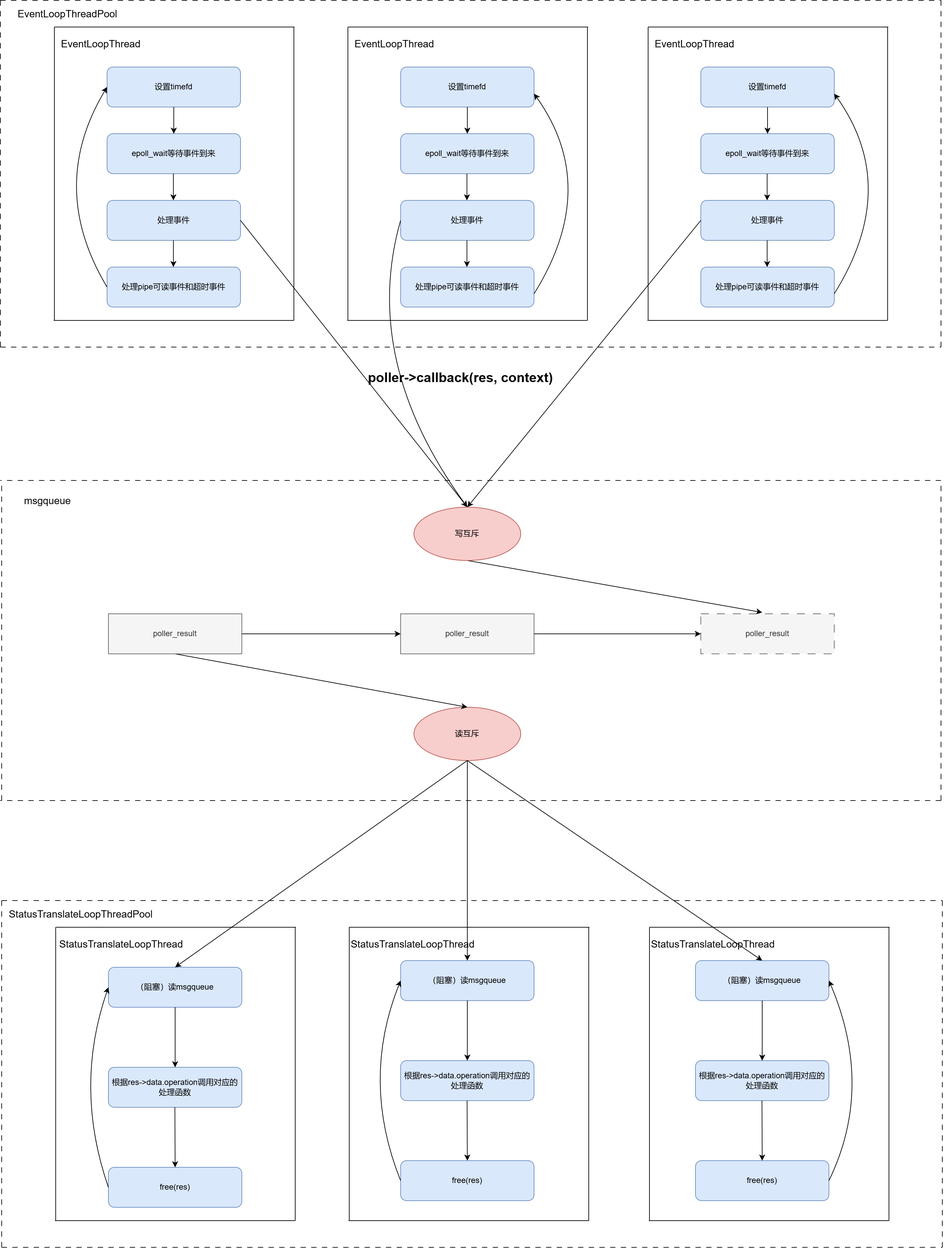
LunarStore/hexo-blog keeps this draw.io diagram as source/_posts/workflow/TCPServer_2/photo/StateTranslateThreadPool.drawio.png. Above is the earlier version. Source tidied: cells renumbered, new cells last; positions are measured from the earlier drawing's top-left corner, leaving out a move shared by most shapes.
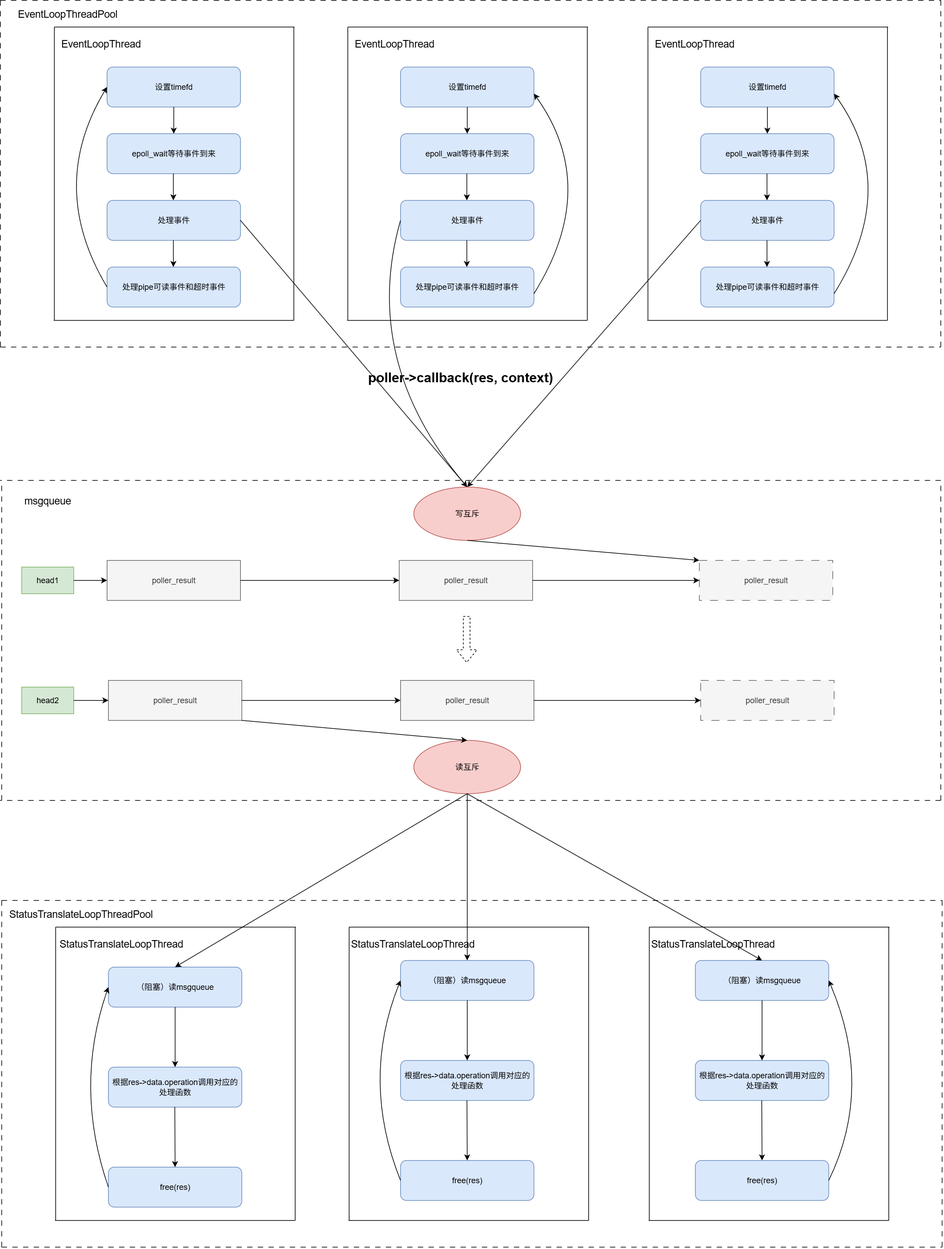
Later version of the same file.

Commit message:
update workflow_TCPServer_2 update go_start

Change to the diagram source:
```diff
@@ -259,11 +259,6 @@
     <mxCell id="54" value="&lt;font style=&quot;font-size: 20px;&quot;&gt;&lt;b&gt;poller-&amp;gt;callback(res, context)&lt;/b&gt;&lt;/font&gt;" style="text;html=1;align=center;verticalAlign=middle;whiteSpace=wrap;rounded=0;" parent="1" vertex="1">
       <mxGeometry x="550" y="530" width="280" height="70" as="geometry" />
     </mxCell>
-    <mxCell id="55" style="endArrow=classic;html=1;rounded=0;entryX=0.46;entryY=-0.035;entryDx=0;entryDy=0;exitX=0.5;exitY=1;exitDx=0;exitDy=0;entryPerimeter=0;" parent="1" edge="1" target="99">
-      <mxGeometry relative="1" as="geometry">
-        <mxPoint x="700" y="840" as="sourcePoint" />
-      </mxGeometry>
-    </mxCell>
     <mxCell id="56" style="endArrow=none;html=1;rounded=0;" parent="1" edge="1">
       <mxGeometry relative="1" as="geometry">
         <mxPoint x="83" y="1830" as="sourcePoint" />
@@ -389,7 +384,7 @@
       <mxGeometry x="970" y="1390" width="197" height="50" as="geometry" />
     </mxCell>
     <mxCell id="80" value="读互斥" style="ellipse;whiteSpace=wrap;html=1;fillColor=#f8cecc;strokeColor=#b85450;" parent="1" vertex="1">
-      <mxGeometry x="620" y="1060" width="160" height="80" as="geometry" />
+      <mxGeometry x="620" y="1110" width="160" height="80" as="geometry" />
     </mxCell>
     <mxCell id="81" style="endArrow=classic;html=1;rounded=0;exitX=0.5;exitY=1;exitDx=0;exitDy=0;entryX=0.5;entryY=0;entryDx=0;entryDy=0;" parent="1" edge="1" source="74" target="75">
       <mxGeometry relative="1" as="geometry" />
@@ -450,27 +445,24 @@
         </Array>
       </mxGeometry>
     </mxCell>
-    <mxCell id="95" style="endArrow=classic;html=1;rounded=0;exitX=0.5;exitY=1;exitDx=0;exitDy=0;entryX=0.5;entryY=0;entryDx=0;entryDy=0;" parent="1" edge="1" source="97" target="80">
-      <mxGeometry relative="1" as="geometry" />
-    </mxCell>
     <mxCell id="96" value="写互斥" style="ellipse;whiteSpace=wrap;html=1;fillColor=#f8cecc;strokeColor=#b85450;" parent="1" vertex="1">
-      <mxGeometry x="620" y="760" width="160" height="80" as="geometry" />
+      <mxGeometry x="620" y="730" width="160" height="80" as="geometry" />
     </mxCell>
     <mxCell id="97" value="&lt;span style=&quot;color: rgb(51, 51, 51);&quot;&gt;poller_result&lt;/span&gt;" style="rounded=0;whiteSpace=wrap;html=1;fillColor=#f5f5f5;strokeColor=#666666;fontColor=#333333;" parent="1" vertex="1">
-      <mxGeometry x="162" y="920" width="200" height="60" as="geometry" />
+      <mxGeometry x="160" y="840" width="200" height="60" as="geometry" />
     </mxCell>
     <mxCell id="98" value="&lt;span style=&quot;color: rgb(51, 51, 51);&quot;&gt;poller_result&lt;/span&gt;" style="rounded=0;whiteSpace=wrap;html=1;fillColor=#f5f5f5;strokeColor=#666666;fontColor=#333333;" parent="1" vertex="1">
-      <mxGeometry x="600" y="920" width="200" height="60" as="geometry" />
+      <mxGeometry x="598" y="840" width="200" height="60" as="geometry" />
     </mxCell>
     <mxCell id="99" value="&lt;span style=&quot;color: rgb(51, 51, 51);&quot;&gt;poller_result&lt;/span&gt;" style="rounded=0;whiteSpace=wrap;html=1;fillColor=#f5f5f5;strokeColor=#666666;fontColor=#333333;dashed=1;dashPattern=12 12;" parent="1" vertex="1">
-      <mxGeometry x="1050" y="920" width="200" height="60" as="geometry" />
+      <mxGeometry x="1048" y="840" width="200" height="60" as="geometry" />
     </mxCell>
     <mxCell id="100" style="endArrow=classic;html=1;rounded=0;entryX=0;entryY=0.5;entryDx=0;entryDy=0;exitX=1;exitY=0.5;exitDx=0;exitDy=0;" parent="1" edge="1" source="97" target="98">
       <mxGeometry relative="1" as="geometry" />
     </mxCell>
     <mxCell id="101" style="endArrow=classic;html=1;rounded=0;exitX=1;exitY=0.5;exitDx=0;exitDy=0;" parent="1" edge="1" source="98">
       <mxGeometry relative="1" as="geometry">
-        <mxPoint x="1050" y="950" as="targetPoint" />
+        <mxPoint x="1048" y="870" as="targetPoint" />
       </mxGeometry>
     </mxCell>
     <mxCell id="102" style="endArrow=classic;html=1;rounded=0;exitX=0.5;exitY=1;exitDx=0;exitDy=0;entryX=0.5;entryY=0;entryDx=0;entryDy=0;" parent="1" edge="1" source="80" target="74">
@@ -482,5 +474,48 @@
     <mxCell id="104" style="endArrow=classic;html=1;rounded=0;exitX=0.5;exitY=1;exitDx=0;exitDy=0;entryX=0.5;entryY=0;entryDx=0;entryDy=0;" parent="1" edge="1" source="80" target="89">
       <mxGeometry relative="1" as="geometry" />
     </mxCell>
+    <mxCell id="105" value="&lt;span style=&quot;color: rgb(51, 51, 51);&quot;&gt;poller_result&lt;/span&gt;" style="rounded=0;whiteSpace=wrap;html=1;fillColor=#f5f5f5;strokeColor=#666666;fontColor=#333333;" parent="1" vertex="1">
+      <mxGeometry x="162" y="1020" width="200" height="60" as="geometry" />
+    </mxCell>
+    <mxCell id="106" value="&lt;span style=&quot;color: rgb(51, 51, 51);&quot;&gt;poller_result&lt;/span&gt;" style="rounded=0;whiteSpace=wrap;html=1;fillColor=#f5f5f5;strokeColor=#666666;fontColor=#333333;" parent="1" vertex="1">
+      <mxGeometry x="600" y="1020" width="200" height="60" as="geometry" />
+    </mxCell>
+    <mxCell id="107" value="&lt;span style=&quot;color: rgb(51, 51, 51);&quot;&gt;poller_result&lt;/span&gt;" style="rounded=0;whiteSpace=wrap;html=1;fillColor=#f5f5f5;strokeColor=#666666;fontColor=#333333;dashed=1;dashPattern=12 12;" parent="1" vertex="1">
+      <mxGeometry x="1050" y="1020" width="200" height="60" as="geometry" />
+    </mxCell>
+    <mxCell id="108" style="endArrow=classic;html=1;rounded=0;entryX=0;entryY=0.5;entryDx=0;entryDy=0;exitX=1;exitY=0.5;exitDx=0;exitDy=0;" parent="1" edge="1" source="105" target="106">
+      <mxGeometry relative="1" as="geometry" />
+    </mxCell>
+    <mxCell id="109" style="endArrow=classic;html=1;rounded=0;exitX=1;exitY=0.5;exitDx=0;exitDy=0;" parent="1" edge="1" source="106">
+      <mxGeometry relative="1" as="geometry">
+        <mxPoint x="1050" y="1050" as="targetPoint" />
+      </mxGeometry>
+    </mxCell>
+    <mxCell id="110" value="head1" style="rounded=0;whiteSpace=wrap;html=1;fillColor=#d5e8d4;strokeColor=#82b366;" parent="1" vertex="1">
+      <mxGeometry x="32" y="850" width="78" height="40" as="geometry" />
+    </mxCell>
+    <mxCell id="111" value="head2" style="rounded=0;whiteSpace=wrap;html=1;fillColor=#d5e8d4;strokeColor=#82b366;" parent="1" vertex="1">
+      <mxGeometry x="32" y="1030" width="78" height="40" as="geometry" />
+    </mxCell>
+    <mxCell id="112" style="endArrow=classic;html=1;rounded=0;exitX=1;exitY=0.5;exitDx=0;exitDy=0;entryX=0;entryY=0.5;entryDx=0;entryDy=0;" parent="1" edge="1" source="110" target="97">
+      <mxGeometry relative="1" as="geometry" />
+    </mxCell>
+    <mxCell id="113" style="endArrow=classic;html=1;rounded=0;exitX=1;exitY=0.5;exitDx=0;exitDy=0;entryX=0;entryY=0.5;entryDx=0;entryDy=0;" parent="1" edge="1" source="111" target="105">
+      <mxGeometry relative="1" as="geometry" />
+    </mxCell>
+    <mxCell id="114" style="endArrow=classic;html=1;rounded=0;exitX=0.5;exitY=1;exitDx=0;exitDy=0;entryX=0;entryY=0;entryDx=0;entryDy=0;" parent="1" edge="1" source="96" target="99">
+      <mxGeometry relative="1" as="geometry" />
+    </mxCell>
+    <mxCell id="115" style="endArrow=classic;html=1;rounded=0;exitX=1;exitY=1;exitDx=0;exitDy=0;" parent="1" edge="1" source="105">
+      <mxGeometry relative="1" as="geometry">
+        <mxPoint x="700" y="1110" as="targetPoint" />
+      </mxGeometry>
+    </mxCell>
+    <mxCell id="116" style="shape=flexArrow;endArrow=classic;html=1;rounded=0;dashed=1;" parent="1" edge="1">
+      <mxGeometry relative="1" as="geometry">
+        <mxPoint x="699.3" y="923.5" as="sourcePoint" />
+        <mxPoint x="699.3" y="993.5" as="targetPoint" />
+      </mxGeometry>
+    </mxCell>
   </root>
 </mxGraphModel>
```
